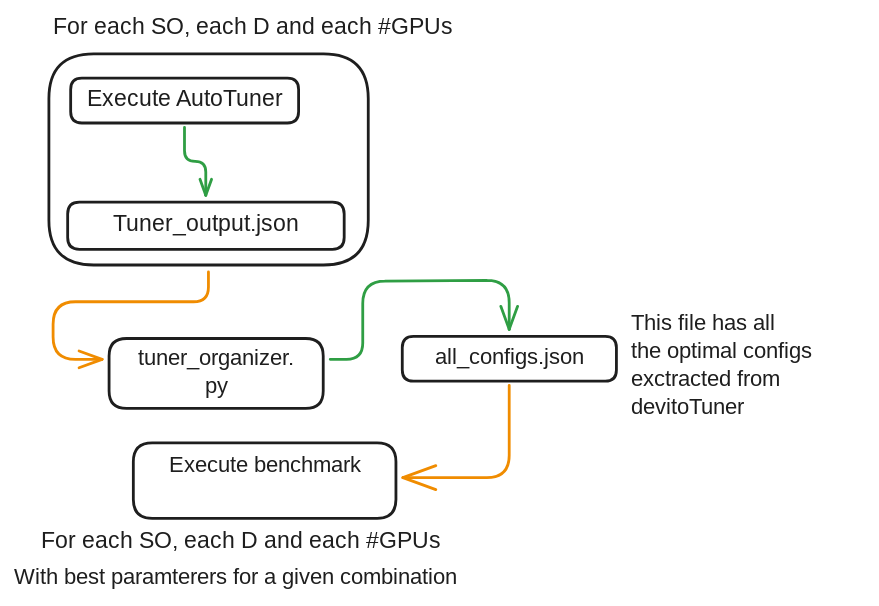
Earlier version of the Excalidraw export routine.excalidraw.svg (Farinha96br/bench_multigpu). Source tidied: one line per element, renumbered; positions are measured from the earlier drawing's top-left corner, leaving out a move shared by most shapes.
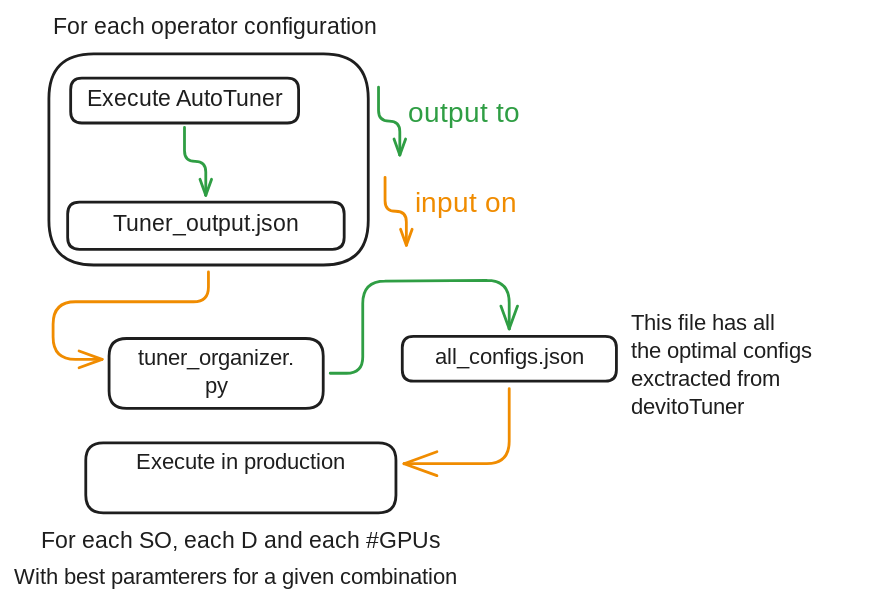
Above is the later version.

Change to the diagram source:
```diff
@@ -3,17 +3,21 @@
 {"id": 2, "type": "rectangle", "strokeColor": "#1e1e1e", "strokeWidth": 2, "roughness": 0, "round": true, "x": 38, "y": 134, "width": 198, "height": 34}
 {"id": 3, "type": "text", "text": "Tuner_output.json", "strokeColor": "#1e1e1e", "strokeWidth": 2, "roughness": 1, "fontSize": 16.08, "fontFamily": 8, "textAlign": "center", "verticalAlign": "middle", "inside": 2, "x": 62, "y": 141, "width": 150, "height": 20}
 {"id": 4, "type": "arrow", "strokeColor": "#2f9e44", "strokeWidth": 2, "roughness": 0, "endArrowhead": "arrow", "from": 0, "to": 2, "x": 122, "y": 81, "width": 15, "height": 48, "points": [[0, 0], [0, 24], [15, 24], [15, 48]]}
-{"id": 5, "type": "rectangle", "strokeColor": "#1e1e1e", "strokeWidth": 2, "roughness": 0, "round": true, "x": 85, "y": 306, "width": 188, "height": 54}
+{"id": 5, "type": "rectangle", "strokeColor": "#1e1e1e", "strokeWidth": 2, "roughness": 0, "round": true, "x": 51, "y": 306, "width": 222, "height": 50}
-{"id": 6, "type": "text", "text": "Execute benchmark\n", "strokeColor": "#1e1e1e", "strokeWidth": 2, "roughness": 1, "fontSize": 16, "fontFamily": 8, "textAlign": "center", "verticalAlign": "middle", "inside": 5, "x": 104, "y": 313, "width": 150, "height": 40}
+{"id": 6, "type": "text", "text": "Execute in production\n", "strokeColor": "#1e1e1e", "strokeWidth": 2, "roughness": 1, "fontSize": 16, "fontFamily": 8, "textAlign": "center", "verticalAlign": "middle", "inside": 5, "x": 70, "y": 311, "width": 185, "height": 40}
 {"id": 7, "type": "rectangle", "strokeColor": "#1e1e1e", "strokeWidth": 2, "roughness": 0, "round": true, "x": 25, "y": 28, "width": 228, "height": 151}
-{"id": 8, "type": "text", "text": "For each SO, each D and each #GPUs", "strokeColor": "#1e1e1e", "strokeWidth": 2, "roughness": 0, "fontSize": 16.08, "fontFamily": 8, "x": 28, "y": 0, "width": 301, "height": 20}
+{"id": 8, "type": "text", "text": "For each operator configuration", "strokeColor": "#1e1e1e", "strokeWidth": 2, "roughness": 0, "fontSize": 16.08, "fontFamily": 8, "x": 28, "y": 0, "width": 274, "height": 20}
 {"id": 9, "type": "rectangle", "strokeColor": "#1e1e1e", "strokeWidth": 2, "roughness": 0, "round": true, "x": 68, "y": 232, "width": 153, "height": 50}
 {"id": 10, "type": "text", "text": "tuner_organizer.\npy", "strokeColor": "#1e1e1e", "strokeWidth": 2, "roughness": 1, "fontSize": 16, "fontFamily": 8, "textAlign": "center", "verticalAlign": "middle", "inside": 9, "x": 74, "y": 237, "width": 141, "height": 40}
 {"id": 11, "type": "rectangle", "strokeColor": "#1e1e1e", "strokeWidth": 2, "roughness": 0, "round": true, "x": 277, "y": 230, "width": 153, "height": 32}
 {"id": 12, "type": "text", "text": "all_configs.json", "strokeColor": "#1e1e1e", "strokeWidth": 2, "roughness": 1, "fontSize": 16, "fontFamily": 8, "textAlign": "center", "verticalAlign": "middle", "inside": 11, "x": 284, "y": 236, "width": 141, "height": 20}
-{"id": 13, "type": "arrow", "strokeColor": "#2f9e44", "strokeWidth": 2, "roughness": 0, "endArrowhead": "arrow", "from": 9, "to": 11, "x": 226, "y": 247, "width": 128, "height": 56, "points": [[0, 0], [23, 0], [23, -56], [128, -56], [128, -21]]}
+{"id": 13, "type": "arrow", "strokeColor": "#2f9e44", "strokeWidth": 2, "roughness": 0, "endArrowhead": "arrow", "from": 9, "to": 11, "x": 226, "y": 257, "width": 128, "height": 66, "points": [[0, 0], [23, 0], [23, -66], [128, -66], [128, -32]]}
 {"id": 14, "type": "arrow", "strokeColor": "#f08c00", "strokeWidth": 2, "roughness": 0, "endArrowhead": "arrow", "from": 7, "to": 9, "x": 139, "y": 184, "width": 111, "height": 62, "points": [[0, 0], [0, 21], [-111, 21], [-111, 62], [-76, 62]]}
 {"id": 15, "type": "text", "text": "This file has all\nthe optimal configs\nexctracted from\ndevitoTuner", "strokeColor": "#1e1e1e", "strokeWidth": 2, "roughness": 0, "fontSize": 16, "fontFamily": 8, "x": 441, "y": 212, "width": 167, "height": 80}
 {"id": 16, "type": "text", "text": "For each SO, each D and each #GPUs", "strokeColor": "#1e1e1e", "strokeWidth": 2, "roughness": 0, "fontSize": 16.08, "fontFamily": 8, "x": 19, "y": 368, "width": 301, "height": 20}
 {"id": 17, "type": "text", "text": "With best paramterers for a given combination", "strokeColor": "#1e1e1e", "strokeWidth": 2, "roughness": 0, "fontSize": 16, "fontFamily": 8, "x": 0, "y": 393, "width": 396, "height": 20}
-{"id": 18, "type": "arrow", "strokeColor": "#f08c00", "strokeWidth": 2, "roughness": 0, "endArrowhead": "arrow", "from": 11, "to": 5, "x": 354, "y": 265, "width": 76, "height": 66, "points": [[0, 0], [0, 66], [-76, 66]]}
+{"id": 18, "type": "arrow", "strokeColor": "#f08c00", "strokeWidth": 2, "roughness": 0, "endArrowhead": "arrow", "from": 11, "to": 5, "x": 354, "y": 268, "width": 75, "height": 54, "points": [[0, 0], [0, 54], [-75, 54]]}
+{"id": 19, "type": "arrow", "strokeColor": "#2f9e44", "strokeWidth": 2, "roughness": 0, "endArrowhead": "arrow", "x": 260, "y": 52, "width": 15, "height": 48, "points": [[0, 0], [0, 24], [15, 24], [15, 48]]}
+{"id": 20, "type": "text", "text": "output to", "strokeColor": "#2f9e44", "strokeWidth": 2, "roughness": 1, "fontSize": 20, "fontFamily": 6, "x": 282, "y": 57, "width": 83, "height": 27}
+{"id": 21, "type": "arrow", "strokeColor": "#f08c00", "strokeWidth": 2, "roughness": 0, "endArrowhead": "arrow", "x": 265, "y": 117, "width": 15, "height": 48, "points": [[0, 0], [0, 24], [15, 24], [15, 48]]}
+{"id": 22, "type": "text", "text": "input on", "strokeColor": "#f08c00", "strokeWidth": 2, "roughness": 1, "fontSize": 20, "fontFamily": 6, "x": 286, "y": 122, "width": 74, "height": 27}
```
